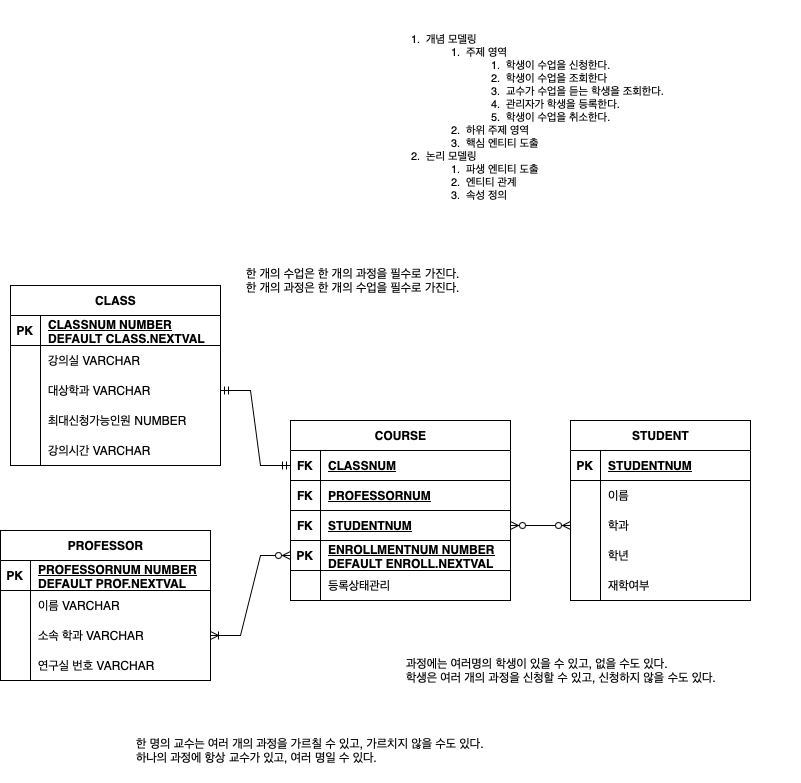
Earlier version of the draw.io export Data Modeling/수강신청.drawio.png (ikkjun/SQL). Source tidied: cells renumbered, new cells last; positions are measured from the earlier drawing's top-left corner, leaving out a move shared by most shapes.
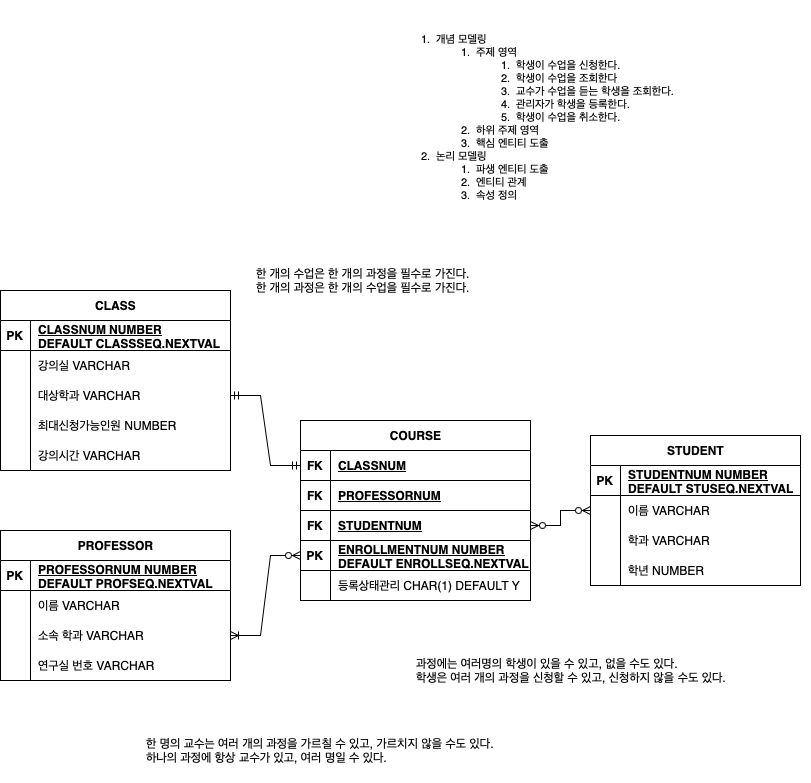
After the change.

Commit message:
수강신청.drawio.png 업데이트

Change to the diagram source:
```diff
@@ -3,190 +3,181 @@
     <mxCell id="0" />
     <mxCell id="1" parent="0" />
     <mxCell id="2" value="CLASS" style="shape=table;startSize=30;rowLines=0;fontStyle=1;align=center;html=1;" parent="1" vertex="1">
-      <mxGeometry x="10" y="285" width="210" height="180" as="geometry" />
+      <mxGeometry x="-10" y="290" width="230" height="180" as="geometry" />
     </mxCell>
     <mxCell id="3" style="shape=tableRow;horizontal=0;startSize=0;swimlaneHead=0;swimlaneBody=0;fillColor=none;top=0;left=0;right=0;bottom=1;" parent="2" vertex="1">
-      <mxGeometry y="30" width="210" height="30" as="geometry" />
+      <mxGeometry y="30" width="230" height="30" as="geometry" />
     </mxCell>
     <mxCell id="4" value="PK" style="shape=partialRectangle;fillColor=none;top=0;left=0;bottom=0;right=0;fontStyle=1;overflow=hidden;whiteSpace=wrap;html=1;" parent="3" vertex="1">
       <mxGeometry width="30" height="30" as="geometry" />
     </mxCell>
-    <mxCell id="5" value="CLASSNUM NUMBER &lt;br&gt;DEFAULT CLASS.NEXTVAL" style="shape=partialRectangle;fillColor=none;top=0;left=0;bottom=0;right=0;align=left;spacingLeft=6;fontStyle=5;overflow=hidden;whiteSpace=wrap;html=1;" parent="3" vertex="1">
-      <mxGeometry x="30" width="180" height="30" as="geometry" />
+    <mxCell id="5" value="CLASSNUM NUMBER &lt;br&gt;DEFAULT CLASSSEQ.NEXTVAL" style="shape=partialRectangle;fillColor=none;top=0;left=0;bottom=0;right=0;align=left;spacingLeft=6;fontStyle=5;overflow=hidden;whiteSpace=wrap;html=1;" parent="3" vertex="1">
+      <mxGeometry x="30" width="200" height="30" as="geometry" />
     </mxCell>
     <mxCell id="6" style="shape=tableRow;horizontal=0;startSize=0;swimlaneHead=0;swimlaneBody=0;fillColor=none;top=0;left=0;right=0;bottom=0;" parent="2" vertex="1">
-      <mxGeometry y="60" width="210" height="30" as="geometry" />
+      <mxGeometry y="60" width="230" height="30" as="geometry" />
     </mxCell>
     <mxCell id="7" style="shape=partialRectangle;fillColor=none;top=0;left=0;bottom=0;right=0;overflow=hidden;whiteSpace=wrap;html=1;" parent="6" vertex="1">
       <mxGeometry width="30" height="30" as="geometry" />
     </mxCell>
     <mxCell id="8" value="강의실 VARCHAR" style="shape=partialRectangle;fillColor=none;top=0;left=0;bottom=0;right=0;align=left;spacingLeft=6;overflow=hidden;whiteSpace=wrap;html=1;" parent="6" vertex="1">
-      <mxGeometry x="30" width="180" height="30" as="geometry" />
+      <mxGeometry x="30" width="200" height="30" as="geometry" />
     </mxCell>
     <mxCell id="9" style="shape=tableRow;horizontal=0;startSize=0;swimlaneHead=0;swimlaneBody=0;fillColor=none;points=[[0,0.5],[1,0.5]];portConstraint=eastwest;top=0;left=0;right=0;bottom=0;" parent="2" vertex="1">
-      <mxGeometry y="90" width="210" height="30" as="geometry" />
+      <mxGeometry y="90" width="230" height="30" as="geometry" />
     </mxCell>
     <mxCell id="10" style="shape=partialRectangle;fillColor=none;top=0;left=0;bottom=0;right=0;overflow=hidden;whiteSpace=wrap;html=1;" parent="9" vertex="1">
       <mxGeometry width="30" height="30" as="geometry" />
     </mxCell>
     <mxCell id="11" value="대상학과 VARCHAR" style="shape=partialRectangle;fillColor=none;top=0;left=0;bottom=0;right=0;align=left;spacingLeft=6;overflow=hidden;whiteSpace=wrap;html=1;" parent="9" vertex="1">
-      <mxGeometry x="30" width="180" height="30" as="geometry" />
+      <mxGeometry x="30" width="200" height="30" as="geometry" />
     </mxCell>
     <mxCell id="12" style="shape=tableRow;horizontal=0;startSize=0;swimlaneHead=0;swimlaneBody=0;fillColor=none;top=0;left=0;right=0;bottom=0;" parent="2" vertex="1">
-      <mxGeometry y="120" width="210" height="30" as="geometry" />
+      <mxGeometry y="120" width="230" height="30" as="geometry" />
     </mxCell>
     <mxCell id="13" style="shape=partialRectangle;fillColor=none;top=0;left=0;bottom=0;right=0;overflow=hidden;whiteSpace=wrap;html=1;" parent="12" vertex="1">
       <mxGeometry width="30" height="30" as="geometry" />
     </mxCell>
     <mxCell id="14" value="최대신청가능인원 NUMBER" style="shape=partialRectangle;fillColor=none;top=0;left=0;bottom=0;right=0;align=left;spacingLeft=6;overflow=hidden;whiteSpace=wrap;html=1;" parent="12" vertex="1">
-      <mxGeometry x="30" width="180" height="30" as="geometry" />
+      <mxGeometry x="30" width="200" height="30" as="geometry" />
     </mxCell>
     <mxCell id="15" style="shape=tableRow;horizontal=0;startSize=0;swimlaneHead=0;swimlaneBody=0;fillColor=none;top=0;left=0;right=0;bottom=0;" parent="2" vertex="1">
-      <mxGeometry y="150" width="210" height="30" as="geometry" />
+      <mxGeometry y="150" width="230" height="30" as="geometry" />
     </mxCell>
     <mxCell id="16" style="shape=partialRectangle;fillColor=none;top=0;left=0;bottom=0;right=0;overflow=hidden;whiteSpace=wrap;html=1;" parent="15" vertex="1">
       <mxGeometry width="30" height="30" as="geometry" />
     </mxCell>
     <mxCell id="17" value="강의시간 VARCHAR" style="shape=partialRectangle;fillColor=none;top=0;left=0;bottom=0;right=0;align=left;spacingLeft=6;overflow=hidden;whiteSpace=wrap;html=1;" parent="15" vertex="1">
-      <mxGeometry x="30" width="180" height="30" as="geometry" />
+      <mxGeometry x="30" width="200" height="30" as="geometry" />
     </mxCell>
     <mxCell id="18" value="PROFESSOR" style="shape=table;startSize=30;rowLines=0;fontStyle=1;align=center;html=1;" parent="1" vertex="1">
-      <mxGeometry y="530" width="210" height="150" as="geometry" />
+      <mxGeometry x="-10" y="530" width="230" height="150" as="geometry" />
     </mxCell>
     <mxCell id="19" style="shape=tableRow;horizontal=0;startSize=0;swimlaneHead=0;swimlaneBody=0;fillColor=none;top=0;left=0;right=0;bottom=1;" parent="18" vertex="1">
-      <mxGeometry y="30" width="210" height="30" as="geometry" />
+      <mxGeometry y="30" width="230" height="30" as="geometry" />
     </mxCell>
     <mxCell id="20" value="PK" style="shape=partialRectangle;fillColor=none;top=0;left=0;bottom=0;right=0;fontStyle=1;overflow=hidden;whiteSpace=wrap;html=1;" parent="19" vertex="1">
       <mxGeometry width="30" height="30" as="geometry" />
     </mxCell>
-    <mxCell id="21" value="PROFESSORNUM NUMBER DEFAULT PROF.NEXTVAL" style="shape=partialRectangle;fillColor=none;top=0;left=0;bottom=0;right=0;align=left;spacingLeft=6;fontStyle=5;overflow=hidden;whiteSpace=wrap;html=1;" parent="19" vertex="1">
-      <mxGeometry x="30" width="180" height="30" as="geometry" />
+    <mxCell id="21" value="PROFESSORNUM NUMBER DEFAULT PROFSEQ.NEXTVAL" style="shape=partialRectangle;fillColor=none;top=0;left=0;bottom=0;right=0;align=left;spacingLeft=6;fontStyle=5;overflow=hidden;whiteSpace=wrap;html=1;" parent="19" vertex="1">
+      <mxGeometry x="30" width="200" height="30" as="geometry" />
     </mxCell>
     <mxCell id="22" style="shape=tableRow;horizontal=0;startSize=0;swimlaneHead=0;swimlaneBody=0;fillColor=none;top=0;left=0;right=0;bottom=0;" parent="18" vertex="1">
-      <mxGeometry y="60" width="210" height="30" as="geometry" />
+      <mxGeometry y="60" width="230" height="30" as="geometry" />
     </mxCell>
     <mxCell id="23" style="shape=partialRectangle;fillColor=none;top=0;left=0;bottom=0;right=0;overflow=hidden;whiteSpace=wrap;html=1;" parent="22" vertex="1">
       <mxGeometry width="30" height="30" as="geometry" />
     </mxCell>
     <mxCell id="24" value="이름 VARCHAR" style="shape=partialRectangle;fillColor=none;top=0;left=0;bottom=0;right=0;align=left;spacingLeft=6;overflow=hidden;whiteSpace=wrap;html=1;" parent="22" vertex="1">
-      <mxGeometry x="30" width="180" height="30" as="geometry" />
+      <mxGeometry x="30" width="200" height="30" as="geometry" />
     </mxCell>
     <mxCell id="25" style="shape=tableRow;horizontal=0;startSize=0;swimlaneHead=0;swimlaneBody=0;fillColor=none;points=[[0,0.5],[1,0.5]];portConstraint=eastwest;top=0;left=0;right=0;bottom=0;" parent="18" vertex="1">
-      <mxGeometry y="90" width="210" height="30" as="geometry" />
+      <mxGeometry y="90" width="230" height="30" as="geometry" />
     </mxCell>
     <mxCell id="26" style="shape=partialRectangle;fillColor=none;top=0;left=0;bottom=0;right=0;overflow=hidden;whiteSpace=wrap;html=1;" parent="25" vertex="1">
       <mxGeometry width="30" height="30" as="geometry" />
     </mxCell>
     <mxCell id="27" value="소속 학과 VARCHAR" style="shape=partialRectangle;fillColor=none;top=0;left=0;bottom=0;right=0;align=left;spacingLeft=6;overflow=hidden;whiteSpace=wrap;html=1;" parent="25" vertex="1">
-      <mxGeometry x="30" width="180" height="30" as="geometry" />
+      <mxGeometry x="30" width="200" height="30" as="geometry" />
     </mxCell>
     <mxCell id="28" style="shape=tableRow;horizontal=0;startSize=0;swimlaneHead=0;swimlaneBody=0;fillColor=none;top=0;left=0;right=0;bottom=0;" parent="18" vertex="1">
-      <mxGeometry y="120" width="210" height="30" as="geometry" />
+      <mxGeometry y="120" width="230" height="30" as="geometry" />
     </mxCell>
     <mxCell id="29" style="shape=partialRectangle;fillColor=none;top=0;left=0;bottom=0;right=0;overflow=hidden;whiteSpace=wrap;html=1;" parent="28" vertex="1">
       <mxGeometry width="30" height="30" as="geometry" />
     </mxCell>
     <mxCell id="30" value="연구실 번호 VARCHAR" style="shape=partialRectangle;fillColor=none;top=0;left=0;bottom=0;right=0;align=left;spacingLeft=6;overflow=hidden;whiteSpace=wrap;html=1;" parent="28" vertex="1">
-      <mxGeometry x="30" width="180" height="30" as="geometry" />
+      <mxGeometry x="30" width="200" height="30" as="geometry" />
     </mxCell>
     <mxCell id="31" value="STUDENT" style="shape=table;startSize=30;rowLines=0;fontStyle=1;align=center;html=1;" parent="1" vertex="1">
-      <mxGeometry x="570" y="420" width="180" height="180" as="geometry" />
+      <mxGeometry x="580" y="435" width="210" height="150" as="geometry" />
     </mxCell>
     <mxCell id="32" style="shape=tableRow;horizontal=0;startSize=0;swimlaneHead=0;swimlaneBody=0;fillColor=none;top=0;left=0;right=0;bottom=1;" parent="31" vertex="1">
-      <mxGeometry y="30" width="180" height="30" as="geometry" />
+      <mxGeometry y="30" width="210" height="30" as="geometry" />
     </mxCell>
     <mxCell id="33" value="PK" style="shape=partialRectangle;fillColor=none;top=0;left=0;bottom=0;right=0;fontStyle=1;overflow=hidden;whiteSpace=wrap;html=1;" parent="32" vertex="1">
       <mxGeometry width="30" height="30" as="geometry" />
     </mxCell>
-    <mxCell id="34" value="STUDENTNUM" style="shape=partialRectangle;fillColor=none;top=0;left=0;bottom=0;right=0;align=left;spacingLeft=6;fontStyle=5;overflow=hidden;whiteSpace=wrap;html=1;" parent="32" vertex="1">
-      <mxGeometry x="30" width="150" height="30" as="geometry" />
+    <mxCell id="34" value="STUDENTNUM NUMBER DEFAULT STUSEQ.NEXTVAL" style="shape=partialRectangle;fillColor=none;top=0;left=0;bottom=0;right=0;align=left;spacingLeft=6;fontStyle=5;overflow=hidden;whiteSpace=wrap;html=1;" parent="32" vertex="1">
+      <mxGeometry x="30" width="180" height="30" as="geometry" />
     </mxCell>
     <mxCell id="35" style="shape=tableRow;horizontal=0;startSize=0;swimlaneHead=0;swimlaneBody=0;fillColor=none;points=[[0,0.5],[1,0.5]];portConstraint=eastwest;top=0;left=0;right=0;bottom=0;" parent="31" vertex="1">
-      <mxGeometry y="60" width="180" height="30" as="geometry" />
+      <mxGeometry y="60" width="210" height="30" as="geometry" />
     </mxCell>
     <mxCell id="36" style="shape=partialRectangle;fillColor=none;top=0;left=0;bottom=0;right=0;overflow=hidden;whiteSpace=wrap;html=1;" parent="35" vertex="1">
       <mxGeometry width="30" height="30" as="geometry" />
     </mxCell>
-    <mxCell id="37" value="이름&amp;nbsp;" style="shape=partialRectangle;fillColor=none;top=0;left=0;bottom=0;right=0;align=left;spacingLeft=6;overflow=hidden;whiteSpace=wrap;html=1;" parent="35" vertex="1">
-      <mxGeometry x="30" width="150" height="30" as="geometry" />
+    <mxCell id="37" value="이름 VARCHAR" style="shape=partialRectangle;fillColor=none;top=0;left=0;bottom=0;right=0;align=left;spacingLeft=6;overflow=hidden;whiteSpace=wrap;html=1;" parent="35" vertex="1">
+      <mxGeometry x="30" width="180" height="30" as="geometry" />
     </mxCell>
     <mxCell id="38" style="shape=tableRow;horizontal=0;startSize=0;swimlaneHead=0;swimlaneBody=0;fillColor=none;points=[[0,0.5],[1,0.5]];portConstraint=eastwest;top=0;left=0;right=0;bottom=0;" parent="31" vertex="1">
-      <mxGeometry y="90" width="180" height="30" as="geometry" />
+      <mxGeometry y="90" width="210" height="30" as="geometry" />
     </mxCell>
     <mxCell id="39" style="shape=partialRectangle;fillColor=none;top=0;left=0;bottom=0;right=0;overflow=hidden;whiteSpace=wrap;html=1;" parent="38" vertex="1">
       <mxGeometry width="30" height="30" as="geometry" />
     </mxCell>
-    <mxCell id="40" value="학과" style="shape=partialRectangle;fillColor=none;top=0;left=0;bottom=0;right=0;align=left;spacingLeft=6;overflow=hidden;whiteSpace=wrap;html=1;" parent="38" vertex="1">
-      <mxGeometry x="30" width="150" height="30" as="geometry" />
+    <mxCell id="40" value="학과 VARCHAR" style="shape=partialRectangle;fillColor=none;top=0;left=0;bottom=0;right=0;align=left;spacingLeft=6;overflow=hidden;whiteSpace=wrap;html=1;" parent="38" vertex="1">
+      <mxGeometry x="30" width="180" height="30" as="geometry" />
     </mxCell>
     <mxCell id="41" style="shape=tableRow;horizontal=0;startSize=0;swimlaneHead=0;swimlaneBody=0;fillColor=none;top=0;left=0;right=0;bottom=0;" parent="31" vertex="1">
-      <mxGeometry y="120" width="180" height="30" as="geometry" />
+      <mxGeometry y="120" width="210" height="30" as="geometry" />
     </mxCell>
     <mxCell id="42" style="shape=partialRectangle;fillColor=none;top=0;left=0;bottom=0;right=0;overflow=hidden;whiteSpace=wrap;html=1;" parent="41" vertex="1">
       <mxGeometry width="30" height="30" as="geometry" />
     </mxCell>
-    <mxCell id="43" value="학년" style="shape=partialRectangle;fillColor=none;top=0;left=0;bottom=0;right=0;align=left;spacingLeft=6;overflow=hidden;whiteSpace=wrap;html=1;" parent="41" vertex="1">
-      <mxGeometry x="30" width="150" height="30" as="geometry" />
+    <mxCell id="43" value="학년 NUMBER" style="shape=partialRectangle;fillColor=none;top=0;left=0;bottom=0;right=0;align=left;spacingLeft=6;overflow=hidden;whiteSpace=wrap;html=1;" parent="41" vertex="1">
+      <mxGeometry x="30" width="180" height="30" as="geometry" />
     </mxCell>
-    <mxCell id="44" style="shape=tableRow;horizontal=0;startSize=0;swimlaneHead=0;swimlaneBody=0;fillColor=none;top=0;left=0;right=0;bottom=0;" parent="31" vertex="1">
-      <mxGeometry y="150" width="180" height="30" as="geometry" />
-    </mxCell>
-    <mxCell id="45" style="shape=partialRectangle;fillColor=none;top=0;left=0;bottom=0;right=0;overflow=hidden;whiteSpace=wrap;html=1;" parent="44" vertex="1">
-      <mxGeometry width="30" height="30" as="geometry" />
-    </mxCell>
-    <mxCell id="46" value="재학여부" style="shape=partialRectangle;fillColor=none;top=0;left=0;bottom=0;right=0;align=left;spacingLeft=6;overflow=hidden;whiteSpace=wrap;html=1;" parent="44" vertex="1">
-      <mxGeometry x="30" width="150" height="30" as="geometry" />
-    </mxCell>
     <mxCell id="47" value="한 개의 수업은 한 개의 과정을 필수로 가진다.&lt;br&gt;한 개의 과정은 한 개의 수업을 필수로 가진다." style="text;strokeColor=none;fillColor=none;spacingLeft=4;spacingRight=4;overflow=hidden;fontSize=12;whiteSpace=wrap;html=1;" parent="1" vertex="1">
       <mxGeometry x="240" y="260" width="230" height="50" as="geometry" />
     </mxCell>
     <mxCell id="48" value="COURSE" style="shape=table;startSize=30;rowLines=0;fontStyle=1;align=center;html=1;" parent="1" vertex="1">
-      <mxGeometry x="290" y="420" width="220" height="180" as="geometry" />
+      <mxGeometry x="290" y="420" width="230" height="180" as="geometry" />
     </mxCell>
     <mxCell id="49" style="shape=tableRow;horizontal=0;startSize=0;swimlaneHead=0;swimlaneBody=0;fillColor=none;points=[[0,0.5],[1,0.5]];portConstraint=eastwest;top=0;left=0;right=0;bottom=1;" parent="48" vertex="1">
-      <mxGeometry y="30" width="220" height="30" as="geometry" />
+      <mxGeometry y="30" width="230" height="30" as="geometry" />
     </mxCell>
     <mxCell id="50" value="FK" style="shape=partialRectangle;fillColor=none;top=0;left=0;bottom=0;right=0;fontStyle=1;overflow=hidden;whiteSpace=wrap;html=1;" parent="49" vertex="1">
       <mxGeometry width="30" height="30" as="geometry" />
     </mxCell>
     <mxCell id="51" value="CLASSNUM" style="shape=partialRectangle;fillColor=none;top=0;left=0;bottom=0;right=0;align=left;spacingLeft=6;fontStyle=5;overflow=hidden;whiteSpace=wrap;html=1;" parent="49" vertex="1">
-      <mxGeometry x="30" width="190" height="30" as="geometry" />
+      <mxGeometry x="30" width="200" height="30" as="geometry" />
     </mxCell>
     <mxCell id="52" style="shape=tableRow;horizontal=0;startSize=0;swimlaneHead=0;swimlaneBody=0;fillColor=none;top=0;left=0;right=0;bottom=1;" parent="48" vertex="1">
-      <mxGeometry y="60" width="220" height="30" as="geometry" />
+      <mxGeometry y="60" width="230" height="30" as="geometry" />
     </mxCell>
     <mxCell id="53" value="FK" style="shape=partialRectangle;fillColor=none;top=0;left=0;bottom=0;right=0;fontStyle=1;overflow=hidden;whiteSpace=wrap;html=1;" parent="52" vertex="1">
       <mxGeometry width="30" height="30" as="geometry" />
     </mxCell>
     <mxCell id="54" value="PROFESSORNUM" style="shape=partialRectangle;fillColor=none;top=0;left=0;bottom=0;right=0;align=left;spacingLeft=6;fontStyle=5;overflow=hidden;whiteSpace=wrap;html=1;" parent="52" vertex="1">
-      <mxGeometry x="30" width="190" height="30" as="geometry" />
+      <mxGeometry x="30" width="200" height="30" as="geometry" />
     </mxCell>
     <mxCell id="55" style="shape=tableRow;horizontal=0;startSize=0;swimlaneHead=0;swimlaneBody=0;fillColor=none;points=[[0,0.5],[1,0.5]];portConstraint=eastwest;top=0;left=0;right=0;bottom=1;" parent="48" vertex="1">
-      <mxGeometry y="90" width="220" height="30" as="geometry" />
+      <mxGeometry y="90" width="230" height="30" as="geometry" />
     </mxCell>
     <mxCell id="56" value="FK" style="shape=partialRectangle;fillColor=none;top=0;left=0;bottom=0;right=0;fontStyle=1;overflow=hidden;whiteSpace=wrap;html=1;" parent="55" vertex="1">
       <mxGeometry width="30" height="30" as="geometry" />
     </mxCell>
     <mxCell id="57" value="STUDENTNUM" style="shape=partialRectangle;fillColor=none;top=0;left=0;bottom=0;right=0;align=left;spacingLeft=6;fontStyle=5;overflow=hidden;whiteSpace=wrap;html=1;" parent="55" vertex="1">
-      <mxGeometry x="30" width="190" height="30" as="geometry" />
+      <mxGeometry x="30" width="200" height="30" as="geometry" />
     </mxCell>
     <mxCell id="58" style="shape=tableRow;horizontal=0;startSize=0;swimlaneHead=0;swimlaneBody=0;fillColor=none;points=[[0,0.5],[1,0.5]];portConstraint=eastwest;top=0;left=0;right=0;bottom=1;" parent="48" vertex="1">
-      <mxGeometry y="120" width="220" height="30" as="geometry" />
+      <mxGeometry y="120" width="230" height="30" as="geometry" />
     </mxCell>
     <mxCell id="59" value="PK" style="shape=partialRectangle;fillColor=none;top=0;left=0;bottom=0;right=0;fontStyle=1;overflow=hidden;whiteSpace=wrap;html=1;" parent="58" vertex="1">
       <mxGeometry width="30" height="30" as="geometry" />
     </mxCell>
-    <mxCell id="60" value="ENROLLMENTNUM NUMBER&lt;br&gt;DEFAULT ENROLL.NEXTVAL" style="shape=partialRectangle;fillColor=none;top=0;left=0;bottom=0;right=0;align=left;spacingLeft=6;fontStyle=5;overflow=hidden;whiteSpace=wrap;html=1;" parent="58" vertex="1">
-      <mxGeometry x="30" width="190" height="30" as="geometry" />
+    <mxCell id="60" value="ENROLLMENTNUM NUMBER&lt;br&gt;DEFAULT ENROLLSEQ.NEXTVAL" style="shape=partialRectangle;fillColor=none;top=0;left=0;bottom=0;right=0;align=left;spacingLeft=6;fontStyle=5;overflow=hidden;whiteSpace=wrap;html=1;" parent="58" vertex="1">
+      <mxGeometry x="30" width="200" height="30" as="geometry" />
     </mxCell>
     <mxCell id="61" style="shape=tableRow;horizontal=0;startSize=0;swimlaneHead=0;swimlaneBody=0;fillColor=none;top=0;left=0;right=0;bottom=0;" parent="48" vertex="1">
-      <mxGeometry y="150" width="220" height="30" as="geometry" />
+      <mxGeometry y="150" width="230" height="30" as="geometry" />
     </mxCell>
     <mxCell id="62" style="shape=partialRectangle;fillColor=none;top=0;left=0;bottom=0;right=0;overflow=hidden;whiteSpace=wrap;html=1;" parent="61" vertex="1">
       <mxGeometry width="30" height="30" as="geometry" />
     </mxCell>
-    <mxCell id="63" value="등록상태관리" style="shape=partialRectangle;fillColor=none;top=0;left=0;bottom=0;right=0;align=left;spacingLeft=6;overflow=hidden;whiteSpace=wrap;html=1;" parent="61" vertex="1">
-      <mxGeometry x="30" width="190" height="30" as="geometry" />
+    <mxCell id="63" value="등록상태관리 CHAR(1) DEFAULT Y" style="shape=partialRectangle;fillColor=none;top=0;left=0;bottom=0;right=0;align=left;spacingLeft=6;overflow=hidden;whiteSpace=wrap;html=1;" parent="61" vertex="1">
+      <mxGeometry x="30" width="200" height="30" as="geometry" />
     </mxCell>
     <mxCell id="64" value="한 명의 교수는 여러 개의 과정을 가르칠 수 있고, 가르치지 않을 수도 있다.&amp;nbsp;&lt;br&gt;하나의 과정에 항상 교수가 있고, 여러 명일 수 있다." style="text;strokeColor=none;fillColor=none;spacingLeft=4;spacingRight=4;overflow=hidden;fontSize=12;whiteSpace=wrap;html=1;" parent="1" vertex="1">
       <mxGeometry x="130" y="730" width="380" height="50" as="geometry" />
@@ -197,7 +188,7 @@
     <mxCell id="66" value="과정에는 여러명의 학생이 있을 수 있고, 없을 수도 있다. &lt;br&gt;학생은 여러 개의 과정을 신청할 수 있고, 신청하지 않을 수도 있다." style="text;strokeColor=none;fillColor=none;spacingLeft=4;spacingRight=4;overflow=hidden;fontSize=12;whiteSpace=wrap;html=1;" parent="1" vertex="1">
       <mxGeometry x="400" y="650" width="350" height="50" as="geometry" />
     </mxCell>
-    <mxCell id="67" style="edgeStyle=entityRelationEdgeStyle;fontSize=12;html=1;endArrow=ERzeroToMany;endFill=1;startArrow=ERzeroToMany;rounded=0;entryX=0;entryY=0.5;entryDx=0;entryDy=0;exitX=1;exitY=0.5;exitDx=0;exitDy=0;" parent="1" edge="1" source="55" target="38">
+    <mxCell id="67" style="edgeStyle=entityRelationEdgeStyle;fontSize=12;html=1;endArrow=ERzeroToMany;endFill=1;startArrow=ERzeroToMany;rounded=0;entryX=0;entryY=0.5;entryDx=0;entryDy=0;exitX=1;exitY=0.5;exitDx=0;exitDy=0;" parent="1" edge="1" source="55" target="35">
       <mxGeometry relative="1" as="geometry">
         <Array as="points">
           <mxPoint x="430" y="510" />
```
